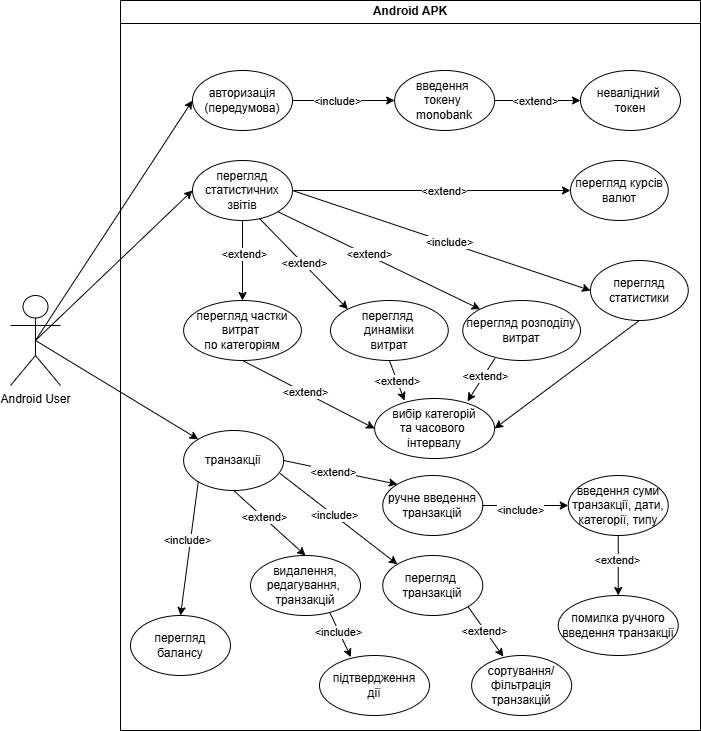
Earlier version of the draw.io export diagrams/UML/UseCases_UML.drawio.png (deyme17/ExpensesTracker). Source tidied: cells renumbered, new cells last; positions are measured from the earlier drawing's top-left corner, leaving out a move shared by most shapes.
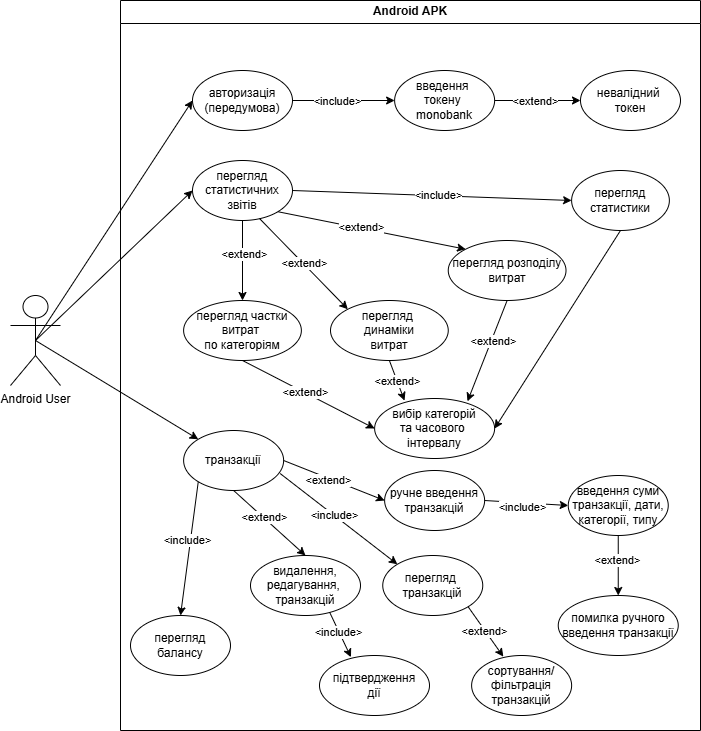
The same diagram one commit later.

Change to the diagram source:
```diff
@@ -12,7 +12,7 @@
       <mxGeometry x="72" y="160" width="100" height="60" as="geometry" />
     </mxCell>
     <mxCell id="5" value="ручне введення&lt;div&gt;транзакцій&lt;/div&gt;" style="ellipse;whiteSpace=wrap;html=1;" parent="2" vertex="1">
-      <mxGeometry x="262.2" y="475" width="100" height="60" as="geometry" />
+      <mxGeometry x="264.1" y="470" width="100" height="60" as="geometry" />
     </mxCell>
     <mxCell id="6" style="edgeStyle=orthogonalEdgeStyle;rounded=0;jettySize=auto;html=1;entryX=0;entryY=0.5;entryDx=0;entryDy=0;" parent="2" edge="1" source="8" target="16">
       <mxGeometry relative="1" as="geometry" />
@@ -27,7 +27,7 @@
       <mxGeometry x="447.8" y="475" width="100" height="60" as="geometry" />
     </mxCell>
     <mxCell id="10" value="перегляд статистики" style="ellipse;whiteSpace=wrap;html=1;" parent="2" vertex="1">
-      <mxGeometry x="470" y="260" width="97.8" height="60" as="geometry" />
+      <mxGeometry x="451.1" y="170" width="97.8" height="60" as="geometry" />
     </mxCell>
     <mxCell id="11" style="endArrow=classic;html=1;rounded=0;exitX=1;exitY=0.5;exitDx=0;exitDy=0;entryX=0;entryY=0.5;entryDx=0;entryDy=0;" parent="2" edge="1" source="4" target="10">
       <mxGeometry relative="1" as="geometry" />
@@ -49,15 +49,6 @@
     <mxCell id="16" value="невалідний&amp;nbsp;&lt;div&gt;токен&lt;/div&gt;" style="ellipse;whiteSpace=wrap;html=1;" parent="2" vertex="1">
       <mxGeometry x="460" y="70" width="100" height="60" as="geometry" />
     </mxCell>
-    <mxCell id="17" value="перегляд курсів валют" style="ellipse;whiteSpace=wrap;html=1;" parent="2" vertex="1">
-      <mxGeometry x="450" y="160" width="97.8" height="60" as="geometry" />
-    </mxCell>
-    <mxCell id="18" style="endArrow=classic;html=1;rounded=0;exitX=1;exitY=0.5;exitDx=0;exitDy=0;entryX=0;entryY=0.5;entryDx=0;entryDy=0;" parent="2" edge="1" source="4" target="17">
-      <mxGeometry relative="1" as="geometry" />
-    </mxCell>
-    <mxCell id="19" value="&amp;lt;extend&amp;gt;" style="edgeLabel;html=1;align=center;verticalAlign=middle;" parent="18" vertex="1">
-      <mxGeometry x="0.09" relative="1" as="geometry" />
-    </mxCell>
     <mxCell id="20" value="транзакції" style="ellipse;whiteSpace=wrap;html=1;" parent="2" vertex="1">
       <mxGeometry x="63.1" y="430" width="100" height="60" as="geometry" />
     </mxCell>
@@ -82,7 +73,7 @@
     <mxCell id="27" value="&amp;lt;extend&amp;gt;" style="edgeLabel;html=1;align=center;verticalAlign=middle;" parent="26" vertex="1">
       <mxGeometry x="-0.18" y="1" relative="1" as="geometry" />
     </mxCell>
-    <mxCell id="28" style="endArrow=classic;html=1;rounded=0;exitX=1;exitY=0.5;exitDx=0;exitDy=0;entryX=0;entryY=0;entryDx=0;entryDy=0;" parent="2" edge="1" source="20" target="5">
+    <mxCell id="28" style="endArrow=classic;html=1;rounded=0;exitX=1;exitY=0.5;exitDx=0;exitDy=0;entryX=0;entryY=0.5;entryDx=0;entryDy=0;" parent="2" edge="1" source="20" target="5">
       <mxGeometry relative="1" as="geometry" />
     </mxCell>
     <mxCell id="29" value="&amp;lt;extend&amp;gt;" style="edgeLabel;html=1;align=center;verticalAlign=middle;" parent="28" vertex="1">
@@ -122,7 +113,7 @@
       </mxGeometry>
     </mxCell>
     <mxCell id="39" value="перегляд розподілу витрат" style="ellipse;whiteSpace=wrap;html=1;" parent="2" vertex="1">
-      <mxGeometry x="342.2" y="300" width="117.8" height="60" as="geometry" />
+      <mxGeometry x="327.8" y="240" width="117.8" height="60" as="geometry" />
     </mxCell>
     <mxCell id="40" style="endArrow=classic;html=1;rounded=0;exitX=1;exitY=1;exitDx=0;exitDy=0;entryX=0;entryY=0;entryDx=0;entryDy=0;" parent="2" edge="1" source="4" target="39">
       <mxGeometry relative="1" as="geometry" />
@@ -159,7 +150,7 @@
     <mxCell id="50" value="&amp;lt;extend&amp;gt;" style="edgeLabel;html=1;align=center;verticalAlign=middle;" parent="49" vertex="1">
       <mxGeometry x="0.01" relative="1" as="geometry" />
     </mxCell>
-    <mxCell id="51" style="endArrow=classic;html=1;rounded=0;exitX=0.273;exitY=0.965;exitDx=0;exitDy=0;entryX=0.774;entryY=0.047;entryDx=0;entryDy=0;exitPerimeter=0;entryPerimeter=0;" parent="2" edge="1" source="39" target="48">
+    <mxCell id="51" style="endArrow=classic;html=1;rounded=0;exitX=0.5;exitY=1;exitDx=0;exitDy=0;entryX=0.774;entryY=0.047;entryDx=0;entryDy=0;entryPerimeter=0;" parent="2" edge="1" source="39" target="48">
       <mxGeometry relative="1" as="geometry" />
     </mxCell>
     <mxCell id="52" value="&amp;lt;extend&amp;gt;" style="edgeLabel;html=1;align=center;verticalAlign=middle;" parent="51" vertex="1">
```
